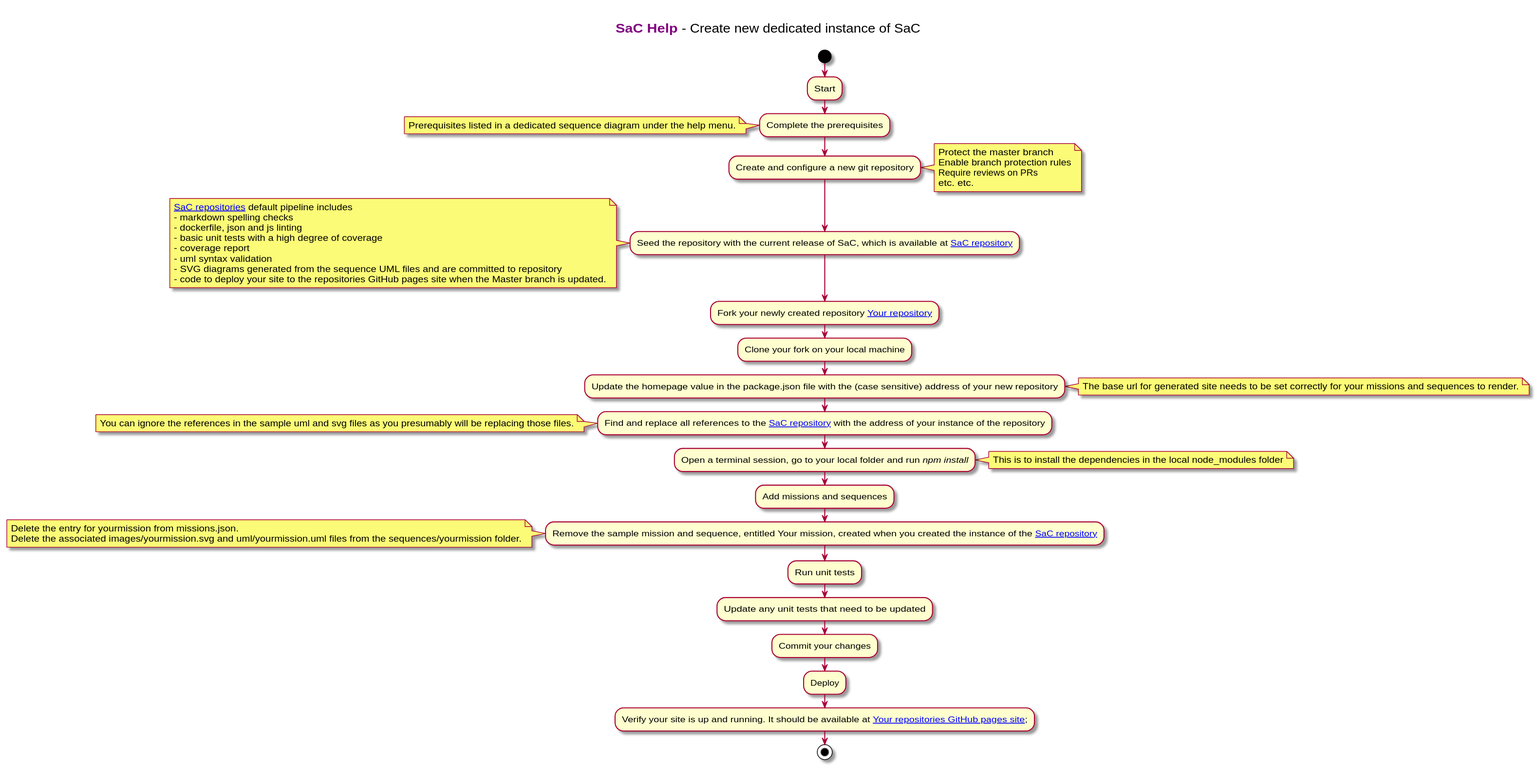
Earlier version of the PlantUML export src/sequences/sachelp/images/createnewinstance.svg (dxc-technology/Sequences-as-Code).
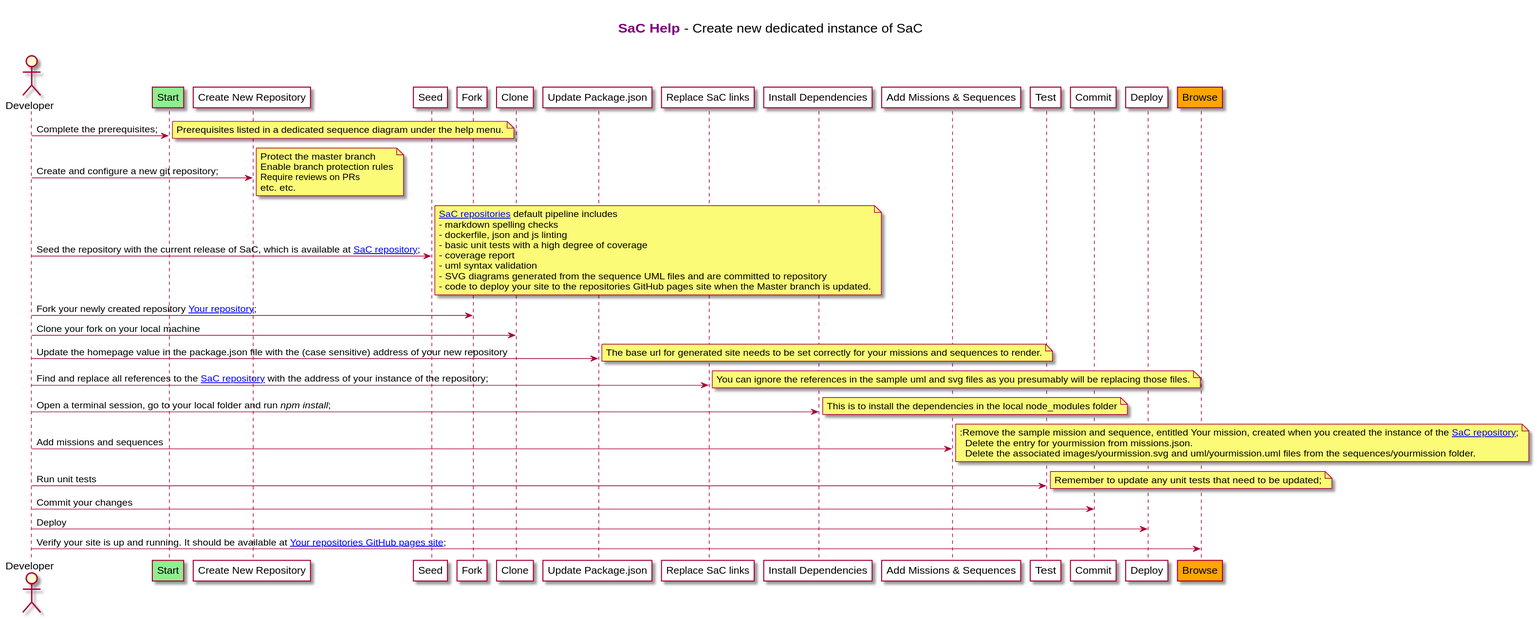
The same file after the commit.

What changed in the source:
```diff
@@ -6,21 +6,34 @@
 
 end title
 
-start
-:Start;
-:Complete the prerequisites;
-note left
+actor Developer
+participant "Start" as A #lightGreen
+participant "Create New Repository" as B #white
+participant "Seed" as C #white
+participant "Fork" as D #white
+participant "Clone" as E #white
+participant "Update Package.json" as F #white
+participant "Replace SaC links" as G #white
+participant "Install Dependencies" as H #white
+participant "Add Missions & Sequences" as I #white
+participant "Test" as J #white
+participant "Commit" as K #white
+participant "Deploy" as L #white
+participant "Browse" as M #orange
+
+Developer -> A: Complete the prerequisites;
+note right
  Prerequisites listed in a dedicated sequence diagram under the help menu.
 end note
-:Create and configure a new git repository;
+Developer -> B: Create and configure a new git repository;
 note right
   Protect the master branch
   Enable branch protection rules
   Require reviews on PRs
   etc. etc.
 end note
-:Seed the repository with the current release of SaC, which is available at [[https://github.com/dxc-technology/Sequences-as-Code{Right click to open in a new window or a new tab} SaC repository]];
-note left
+Developer -> C: Seed the repository with the current release of SaC, which is available at [[https://github.com/dxc-technology/Sequences-as-Code{Right click to open in a new window or a new tab} SaC repository]];
+note right
   [[https://github.com/dxc-technology/Sequences-as-Code{Right click to open in a new window or a new tab} SaC repositories]] default pipeline includes
   - markdown spelling checks
   - dockerfile, json and js linting
@@ -30,30 +43,32 @@
   - SVG diagrams generated from the sequence UML files and are committed to repository
   - code to deploy your site to the repositories GitHub pages site when the Master branch is updated.
 end note
-:Fork your newly created repository [[https://github.com/your_organization/your_repository{Right click to open in a new window or a new tab} Your repository]];
-:Clone your fork on your local machine;
-:Update the homepage value in the package.json file with the (case sensitive) address of your new repository;
+Developer -> D: Fork your newly created repository [[https://github.com/your_organization/your_repository{Right click to open in a new window or a new tab} Your repository]];
+Developer -> E: Clone your fork on your local machine
+Developer -> F: Update the homepage value in the package.json file with the (case sensitive) address of your new repository
 note right
   The base url for generated site needs to be set correctly for your missions and sequences to render.
 end note
-:Find and replace all references to the [[https://github.com/dxc-technology/Sequences-as-Code{Right click to open in a new window or a new tab} SaC repository]] with the address of your instance of the repository;
-note left
+Developer -> G: Find and replace all references to the [[https://github.com/dxc-technology/Sequences-as-Code{Right click to open in a new window or a new tab} SaC repository]] with the address of your instance of the repository;
+note right
   You can ignore the references in the sample uml and svg files as you presumably will be replacing those files.
 end note
-:Open a terminal session, go to your local folder and run <i>npm install</i>;
+Developer -> H: Open a terminal session, go to your local folder and run <i>npm install</i>;
 note right
   This is to install the dependencies in the local node_modules folder
 end note
-:Add missions and sequences;
+Developer -> I: Add missions and sequences
+note right
 :Remove the sample mission and sequence, entitled Your mission, created when you created the instance of the [[https://github.com/dxc-technology/Sequences-as-Code{Right click to open in a new window or a new tab} SaC repository]];
-note left
   Delete the entry for yourmission from missions.json.
   Delete the associated images/yourmission.svg and uml/yourmission.uml files from the sequences/yourmission folder.
 end note
-:Run unit tests;
-:Update any unit tests that need to be updated;
-:Commit your changes;
-:Deploy;
-:Verify your site is up and running. It should be available at [[https://github.com/pages/your_organization/your_repository{Right click to open in a new window or a new tab} Your repositories GitHub pages site]];;
-stop
+Developer -> J: Run unit tests
+note right
+  Remember to update any unit tests that need to be updated;
+end note
+Developer -> K: Commit your changes
+Developer -> L: Deploy
+Developer -> M: Verify your site is up and running. It should be available at [[https://github.com/pages/your_organization/your_repository{Right click to open in a new window or a new tab} Your repositories GitHub pages site]];
+
 @enduml
```
